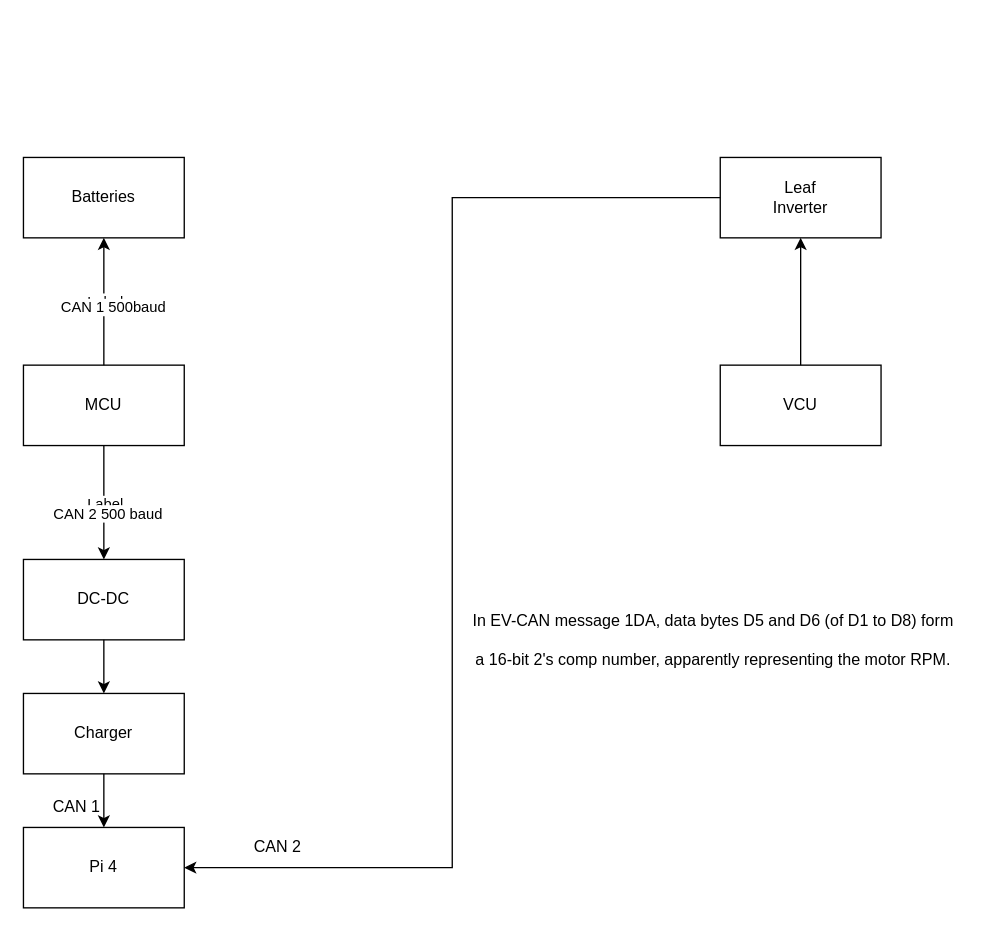
This is CanBus.drawio from cdvanhorn/ForsanRaneaf, a draw.io file, before an edit. Source tidied: cells renumbered, new cells numbered last; positions are measured from the earlier drawing's top-left corner, leaving out a move shared by most shapes. Both pictures are drawn from the tidied source at 134%, with x=0, y=0 at pixel (23, 157).
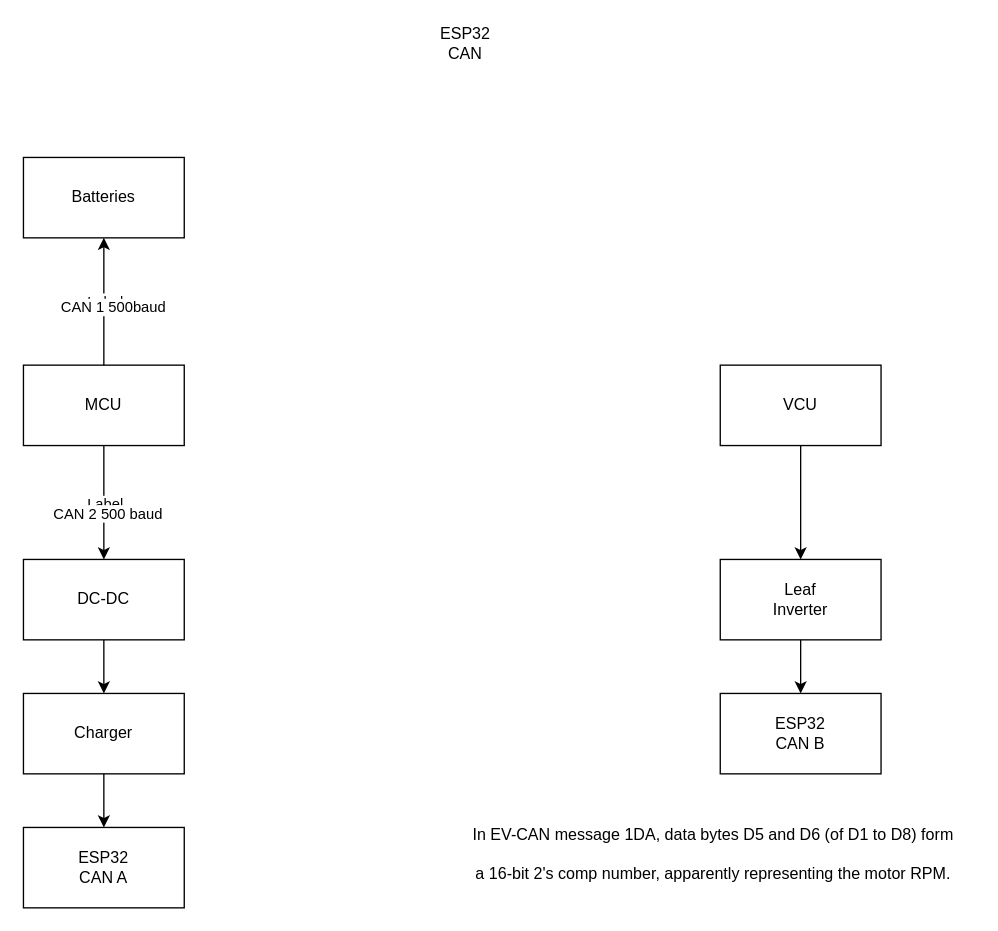
After the change.

The change refers to these unchanged cells:
```xml
<mxCell id="4" style="rounded=0;whiteSpace=wrap;html=1;" parent="1" vertex="1">
  <mxGeometry x="520" y="155" width="120" height="60" as="geometry" />
</mxCell>
<mxCell id="15" style="rounded=0;whiteSpace=wrap;html=1;" parent="1" vertex="1">
  <mxGeometry y="500" width="120" height="60" as="geometry" />
</mxCell>
```

Diff of the diagram source:
```diff
@@
-    <mxCell id="16" value="Pi 4" style="text;html=1;align=center;verticalAlign=middle;whiteSpace=wrap;rounded=0;" parent="1" vertex="1">
+    <mxCell id="16" value="ESP32 CAN A" style="text;html=1;align=center;verticalAlign=middle;whiteSpace=wrap;rounded=0;" parent="1" vertex="1">
       <mxGeometry x="30" y="515" width="60" height="30" as="geometry" />
     </mxCell>
@@
     <mxCell id="22" style="rounded=0;whiteSpace=wrap;html=1;" parent="1" vertex="1">
-      <mxGeometry x="520" width="120" height="60" as="geometry" />
+      <mxGeometry x="520" y="300" width="120" height="60" as="geometry" />
     </mxCell>
     <mxCell id="23" value="Leaf Inverter" style="text;html=1;align=center;verticalAlign=middle;whiteSpace=wrap;rounded=0;" parent="1" vertex="1">
-      <mxGeometry x="550" y="15" width="60" height="30" as="geometry" />
+      <mxGeometry x="550" y="315" width="60" height="30" as="geometry" />
     </mxCell>
-    <mxCell id="24" style="endArrow=classic;html=1;rounded=0;entryX=0.5;entryY=1;entryDx=0;entryDy=0;exitX=0.5;exitY=0;exitDx=0;exitDy=0;" parent="1" edge="1" source="4" target="22">
+    <mxCell id="24" style="endArrow=classic;html=1;rounded=0;entryX=0.5;entryY=0;entryDx=0;entryDy=0;exitX=0.5;exitY=1;exitDx=0;exitDy=0;" parent="1" edge="1" source="4" target="22">
       <mxGeometry relative="1" as="geometry" />
     </mxCell>
-    <mxCell id="25" style="endArrow=classic;html=1;rounded=0;exitX=0;exitY=0.5;exitDx=0;exitDy=0;entryX=1;entryY=0.5;entryDx=0;entryDy=0;edgeStyle=orthogonalEdgeStyle;" parent="1" edge="1" source="22" target="15">
-      <mxGeometry relative="1" as="geometry" />
-    </mxCell>
-    <mxCell id="26" value="CAN 1" style="text;html=1;align=center;verticalAlign=middle;whiteSpace=wrap;rounded=0;" parent="1" vertex="1">
-      <mxGeometry x="10" y="470" width="60" height="30" as="geometry" />
-    </mxCell>
-    <mxCell id="27" value="CAN 2" style="text;html=1;align=center;verticalAlign=middle;whiteSpace=wrap;rounded=0;" parent="1" vertex="1">
-      <mxGeometry x="160" y="500" width="60" height="30" as="geometry" />
-    </mxCell>
     <mxCell id="28" value="In EV-CAN message 1DA, data bytes D5 and D6 (of D1 to D8) form&lt;br&gt;&lt;br/&gt;a 16-bit 2's comp number, apparently representing the motor RPM." style="text;html=1;align=center;verticalAlign=middle;whiteSpace=wrap;rounded=0;" parent="1" vertex="1">
-      <mxGeometry x="320" y="330" width="390" height="60" as="geometry" />
+      <mxGeometry x="320" y="490" width="390" height="60" as="geometry" />
     </mxCell>
+    <mxCell id="29" value="ESP32 CAN" style="text;html=1;align=center;verticalAlign=middle;whiteSpace=wrap;rounded=0;" parent="1" vertex="1">
+      <mxGeometry x="300" y="-100" width="60" height="30" as="geometry" />
+    </mxCell>
+    <mxCell id="30" style="rounded=0;whiteSpace=wrap;html=1;" parent="1" vertex="1">
+      <mxGeometry x="520" y="400" width="120" height="60" as="geometry" />
+    </mxCell>
+    <mxCell id="31" value="ESP32 CAN B" style="text;html=1;align=center;verticalAlign=middle;whiteSpace=wrap;rounded=0;" parent="1" vertex="1">
+      <mxGeometry x="550" y="415" width="60" height="30" as="geometry" />
+    </mxCell>
+    <mxCell id="32" style="endArrow=classic;html=1;rounded=0;entryX=0.5;entryY=0;entryDx=0;entryDy=0;exitX=0.5;exitY=1;exitDx=0;exitDy=0;" parent="1" edge="1" source="22" target="30">
+      <mxGeometry relative="1" as="geometry" />
+    </mxCell>
```
